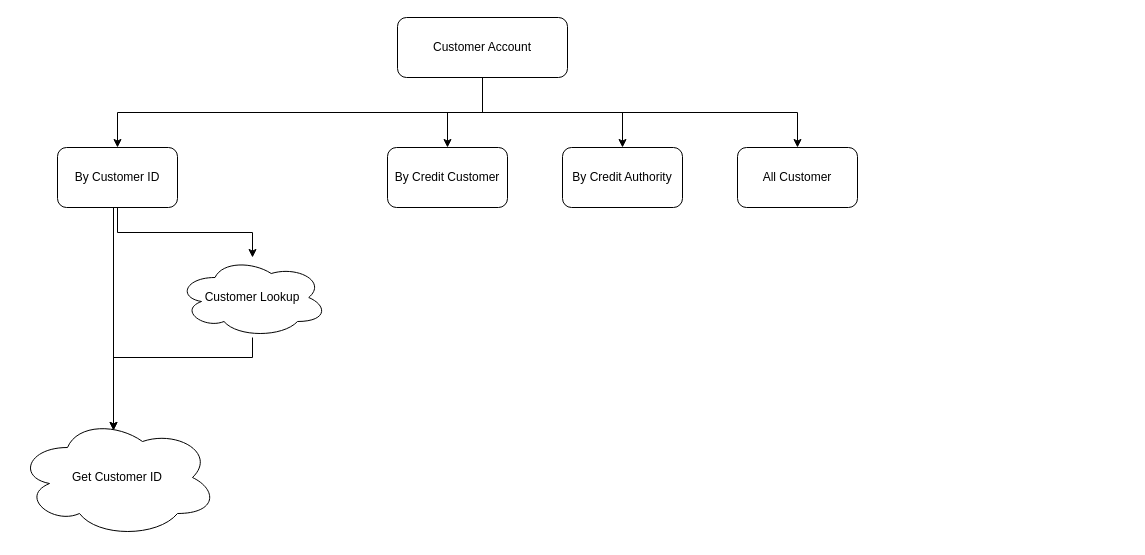
This is Customer Account Maintenance.drawio from eme-invera/Customer_Maintenance, a draw.io file, before an edit. Source tidied: cells renumbered, new cells numbered last; positions are measured from the earlier drawing's top-left corner, leaving out a move shared by most shapes. Both pictures are drawn from the tidied source at 100%, with x=0, y=0 at pixel (17, 17).
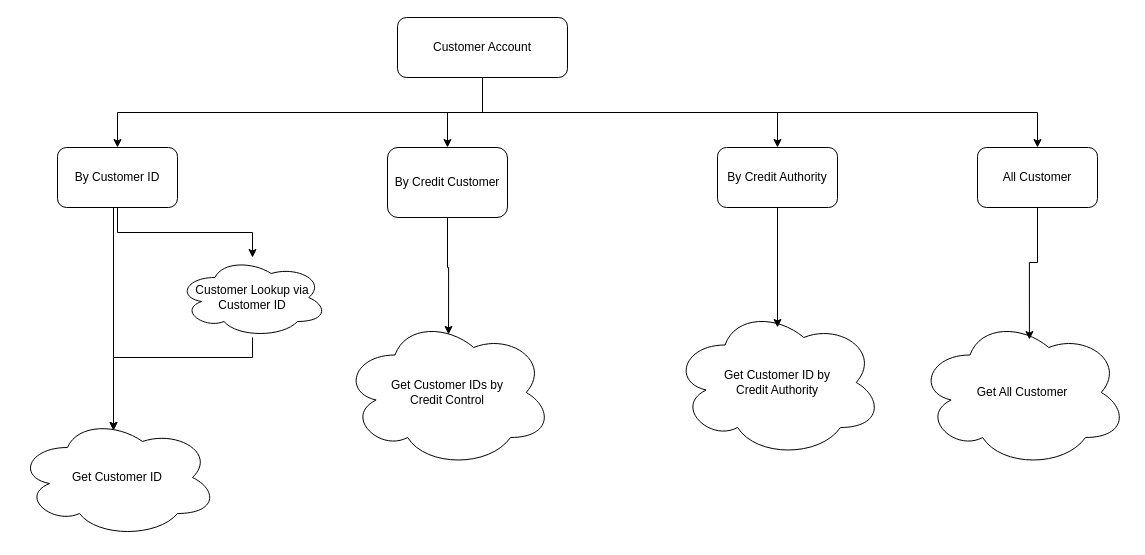
The same page after the edit.

Diff of the diagram source:
```diff
@@
     <mxCell id="10" value="By Credit Customer" style="rounded=1;whiteSpace=wrap;html=1;" parent="1" vertex="1">
-      <mxGeometry x="370" y="130" width="120" height="60" as="geometry" />
+      <mxGeometry x="370" y="130" width="120" height="70" as="geometry" />
     </mxCell>
     <mxCell id="11" value="By Credit Authority" style="rounded=1;whiteSpace=wrap;html=1;" parent="1" vertex="1">
-      <mxGeometry x="545" y="130" width="120" height="60" as="geometry" />
+      <mxGeometry x="700" y="130" width="120" height="60" as="geometry" />
     </mxCell>
     <mxCell id="12" value="All Customer" style="rounded=1;whiteSpace=wrap;html=1;" parent="1" vertex="1">
-      <mxGeometry x="720" y="130" width="120" height="60" as="geometry" />
+      <mxGeometry x="960" y="130" width="120" height="60" as="geometry" />
     </mxCell>
@@
-    <mxCell id="14" value="Customer Lookup" style="ellipse;shape=cloud;whiteSpace=wrap;html=1;" parent="1" vertex="1">
+    <mxCell id="14" value="Customer Lookup via Customer ID" style="ellipse;shape=cloud;whiteSpace=wrap;html=1;" parent="1" vertex="1">
       <mxGeometry x="160" y="240" width="150" height="80" as="geometry" />
     </mxCell>
@@
+    <mxCell id="16" value="Get Customer IDs by &lt;br&gt;Credit Control" style="ellipse;shape=cloud;whiteSpace=wrap;html=1;" parent="1" vertex="1">
+      <mxGeometry x="325" y="300" width="210" height="150" as="geometry" />
+    </mxCell>
+    <mxCell id="17" style="edgeStyle=orthogonalEdgeStyle;rounded=0;jettySize=auto;html=1;exitX=0.5;exitY=1;exitDx=0;exitDy=0;entryX=0.505;entryY=0.113;entryDx=0;entryDy=0;entryPerimeter=0;" parent="1" edge="1" source="10" target="16">
+      <mxGeometry relative="1" as="geometry" />
+    </mxCell>
+    <mxCell id="18" value="Get Customer ID by&lt;br&gt;Credit Authority" style="ellipse;shape=cloud;whiteSpace=wrap;html=1;" parent="1" vertex="1">
+      <mxGeometry x="655" y="290" width="210" height="150" as="geometry" />
+    </mxCell>
+    <mxCell id="19" style="edgeStyle=orthogonalEdgeStyle;rounded=0;jettySize=auto;html=1;exitX=0.5;exitY=1;exitDx=0;exitDy=0;entryX=0.5;entryY=0.133;entryDx=0;entryDy=0;entryPerimeter=0;" parent="1" edge="1" source="11" target="18">
+      <mxGeometry relative="1" as="geometry" />
+    </mxCell>
+    <mxCell id="20" value="Get All Customer" style="ellipse;shape=cloud;whiteSpace=wrap;html=1;" parent="1" vertex="1">
+      <mxGeometry x="900" y="300" width="210" height="150" as="geometry" />
+    </mxCell>
+    <mxCell id="21" style="edgeStyle=orthogonalEdgeStyle;rounded=0;jettySize=auto;html=1;exitX=0.5;exitY=1;exitDx=0;exitDy=0;entryX=0.533;entryY=0.147;entryDx=0;entryDy=0;entryPerimeter=0;" parent="1" edge="1" source="12" target="20">
+      <mxGeometry relative="1" as="geometry" />
+    </mxCell>
```
